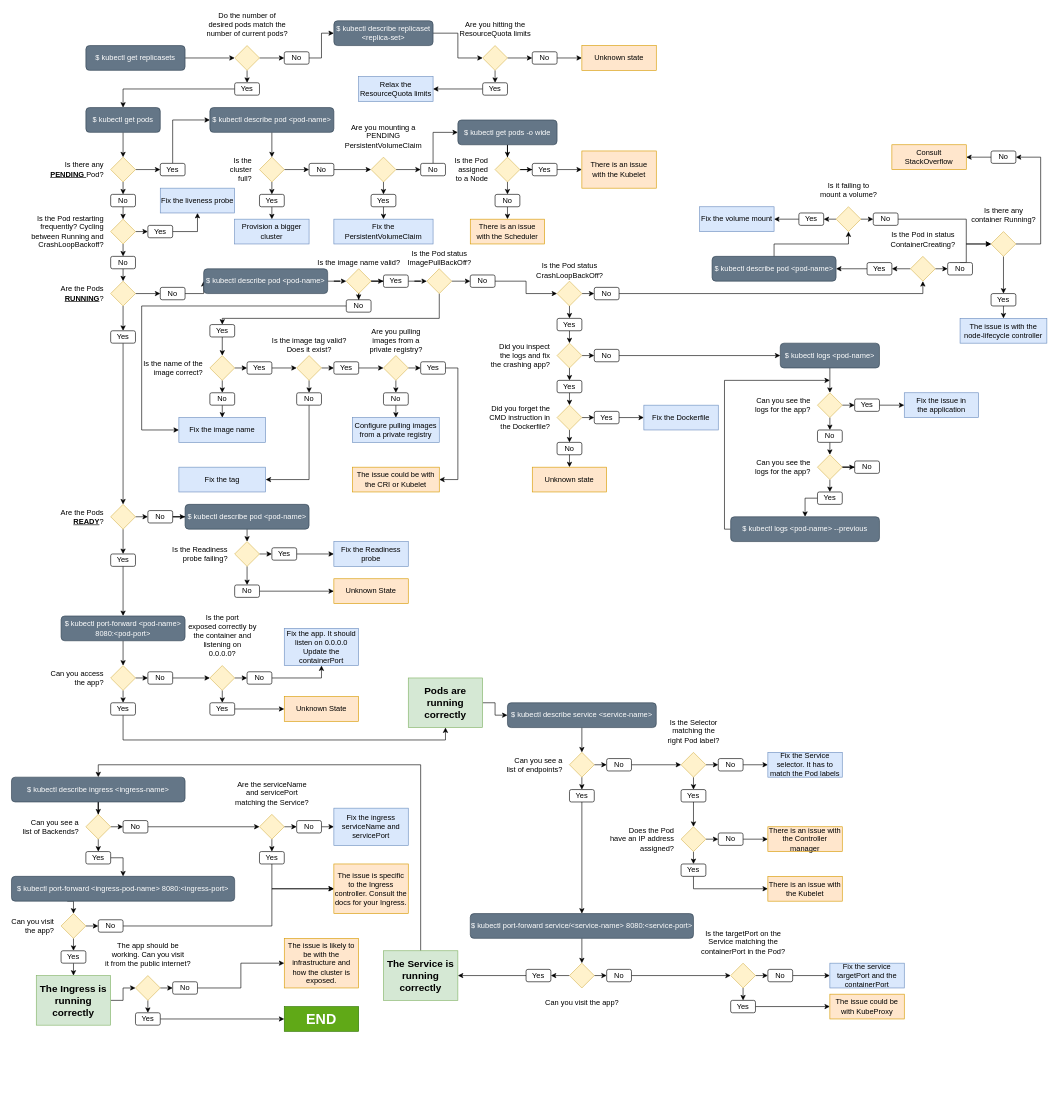
The draw.io diagram checks.drawio in bespinian/livelint, before the edit. Source tidied: cells renumbered, new cells numbered last; positions are measured from the earlier drawing's top-left corner, leaving out a move shared by most shapes. Both pictures are drawn from the tidied source at 62%, with x=0, y=0 at pixel (11, 20).
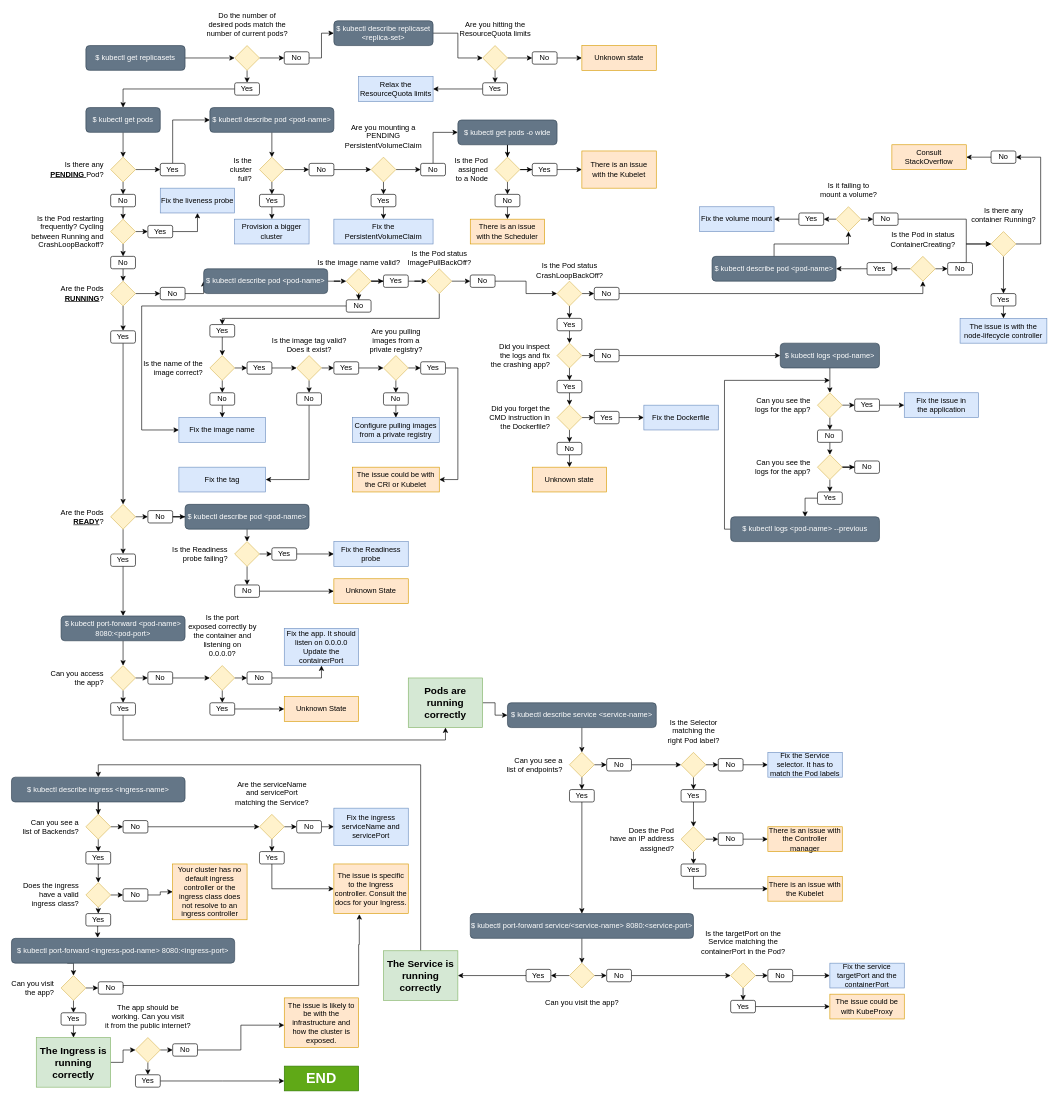
Above is the later version.

Unchanged cells that the change refers to:
```xml
<mxCell id="244" value="Yes" style="rounded=1;whiteSpace=wrap;html=1;" parent="1" vertex="1">
  <mxGeometry x="120" y="1340" width="40" height="20" as="geometry" />
</mxCell>
<mxCell id="255" value="The issue is specific to the Ingress controller. Consult the docs for your Ingress." style="rounded=0;whiteSpace=wrap;html=1;fillColor=#ffe6cc;strokeColor=#d79b00;" parent="1" vertex="1">
  <mxGeometry x="520" y="1360" width="120" height="80" as="geometry" />
</mxCell>
```

The edit, as a diff of the source:
```diff
@@
-    <mxCell id="243" style="edgeStyle=orthogonalEdgeStyle;rounded=0;jettySize=auto;html=1;exitX=1;exitY=0.5;exitDx=0;exitDy=0;entryX=0.5;entryY=0;entryDx=0;entryDy=0;" parent="1" edge="1" source="244" target="264">
-      <mxGeometry relative="1" as="geometry" />
+    <mxCell id="243" style="edgeStyle=orthogonalEdgeStyle;rounded=0;jettySize=auto;html=1;exitX=0.5;exitY=1;exitDx=0;exitDy=0;" parent="1" edge="1" source="244" target="308">
+      <mxGeometry relative="1" as="geometry">
+        <Array as="points">
+          <mxPoint x="140" y="1370" />
+          <mxPoint x="140" y="1370" />
+        </Array>
+      </mxGeometry>
     </mxCell>
@@
     <mxCell id="258" value="Can you visit&lt;br&gt;the app?" style="rhombus;html=1;spacingLeft=0;align=right;fillColor=#fff2cc;strokeColor=#d6b656;labelPosition=left;verticalLabelPosition=middle;verticalAlign=middle;spacingRight=10;" parent="1" vertex="1">
-      <mxGeometry x="80" y="1440" width="40" height="40" as="geometry" />
+      <mxGeometry x="80" y="1540" width="40" height="40" as="geometry" />
     </mxCell>
@@
     <mxCell id="260" value="Yes" style="rounded=1;whiteSpace=wrap;html=1;" parent="1" vertex="1">
-      <mxGeometry x="80" y="1500" width="40" height="20" as="geometry" />
+      <mxGeometry x="80" y="1600" width="40" height="20" as="geometry" />
     </mxCell>
-    <mxCell id="261" style="edgeStyle=orthogonalEdgeStyle;rounded=0;jettySize=auto;html=1;exitX=1;exitY=0.5;exitDx=0;exitDy=0;entryX=0;entryY=0.5;entryDx=0;entryDy=0;" parent="1" edge="1" source="262" target="255">
+    <mxCell id="261" style="edgeStyle=orthogonalEdgeStyle;rounded=0;jettySize=auto;html=1;exitX=1;exitY=0.5;exitDx=0;exitDy=0;entryX=0.342;entryY=1.013;entryDx=0;entryDy=0;entryPerimeter=0;" parent="1" edge="1" source="262" target="255">
       <mxGeometry relative="1" as="geometry">
         <Array as="points">
-          <mxPoint x="420" y="1460" />
-          <mxPoint x="420" y="1400" />
+          <mxPoint x="180" y="1556" />
+          <mxPoint x="560" y="1556" />
+          <mxPoint x="560" y="1490" />
+          <mxPoint x="561" y="1490" />
         </Array>
       </mxGeometry>
     </mxCell>
     <mxCell id="262" value="No" style="rounded=1;whiteSpace=wrap;html=1;" parent="1" vertex="1">
-      <mxGeometry x="140" y="1450" width="40" height="20" as="geometry" />
+      <mxGeometry x="140" y="1550" width="40" height="20" as="geometry" />
     </mxCell>
@@
     <mxCell id="264" value="&lt;div&gt;$ kubectl port-forward &amp;lt;ingress-pod-name&amp;gt; 8080:&amp;lt;ingress-port&amp;gt;&lt;br&gt;&lt;/div&gt;" style="rounded=1;whiteSpace=wrap;html=1;fillColor=#647687;strokeColor=#314354;fontColor=#ffffff;" parent="1" vertex="1">
-      <mxGeometry y="1380" width="360" height="40" as="geometry" />
+      <mxGeometry y="1480" width="360" height="40" as="geometry" />
     </mxCell>
@@
     <mxCell id="266" value="The Ingress is running correctly" style="rounded=0;whiteSpace=wrap;html=1;fillColor=#d5e8d4;strokeColor=#82b366;fontSize=16;fontStyle=1;" parent="1" vertex="1">
-      <mxGeometry x="40" y="1540" width="120" height="80" as="geometry" />
+      <mxGeometry x="40" y="1640" width="120" height="80" as="geometry" />
     </mxCell>
@@
     <mxCell id="269" value="The app should be&lt;br&gt;working. Can you visit&lt;br&gt;it from the public internet?" style="rhombus;html=1;spacingLeft=0;align=center;fillColor=#fff2cc;strokeColor=#d6b656;labelPosition=center;verticalLabelPosition=top;verticalAlign=bottom;spacingRight=0;spacingBottom=10;" parent="1" vertex="1">
-      <mxGeometry x="200" y="1540" width="40" height="40" as="geometry" />
+      <mxGeometry x="200" y="1640" width="40" height="40" as="geometry" />
     </mxCell>
-    <mxCell id="270" style="edgeStyle=orthogonalEdgeStyle;rounded=0;jettySize=auto;html=1;exitX=1;exitY=0.5;exitDx=0;exitDy=0;entryX=0;entryY=0.5;entryDx=0;entryDy=0;fontSize=23;" parent="1" edge="1" source="271" target="274">
-      <mxGeometry relative="1" as="geometry" />
+    <mxCell id="270" style="edgeStyle=orthogonalEdgeStyle;rounded=0;jettySize=auto;html=1;exitX=1;exitY=0.5;exitDx=0;exitDy=0;entryX=0;entryY=0.5;entryDx=0;entryDy=0;fontSize=23;" parent="1" edge="1" source="271">
+      <mxGeometry relative="1" as="geometry">
+        <mxPoint x="440" y="1710" as="targetPoint" />
+      </mxGeometry>
     </mxCell>
     <mxCell id="271" value="Yes" style="rounded=1;whiteSpace=wrap;html=1;" parent="1" vertex="1">
-      <mxGeometry x="200" y="1600" width="40" height="20" as="geometry" />
+      <mxGeometry x="200" y="1700" width="40" height="20" as="geometry" />
     </mxCell>
-    <mxCell id="272" style="edgeStyle=orthogonalEdgeStyle;rounded=0;jettySize=auto;html=1;exitX=1;exitY=0.5;exitDx=0;exitDy=0;entryX=0;entryY=0.5;entryDx=0;entryDy=0;fontSize=23;" parent="1" edge="1" source="273" target="275">
-      <mxGeometry relative="1" as="geometry" />
+    <mxCell id="272" style="edgeStyle=orthogonalEdgeStyle;rounded=0;jettySize=auto;html=1;exitX=1;exitY=0.5;exitDx=0;exitDy=0;entryX=0;entryY=0.5;entryDx=0;entryDy=0;fontSize=23;" parent="1" edge="1" source="273">
+      <mxGeometry relative="1" as="geometry">
+        <mxPoint x="440" y="1620" as="targetPoint" />
+        <Array as="points">
+          <mxPoint x="370" y="1660" />
+          <mxPoint x="370" y="1620" />
+        </Array>
+      </mxGeometry>
     </mxCell>
     <mxCell id="273" value="No" style="rounded=1;whiteSpace=wrap;html=1;" parent="1" vertex="1">
-      <mxGeometry x="260" y="1550" width="40" height="20" as="geometry" />
+      <mxGeometry x="260" y="1650" width="40" height="20" as="geometry" />
     </mxCell>
     <mxCell id="274" value="END" style="rounded=0;whiteSpace=wrap;html=1;fillColor=#60a917;strokeColor=#2D7600;fontSize=23;fontStyle=1;fontColor=#ffffff;" parent="1" vertex="1">
-      <mxGeometry x="440" y="1590" width="120" height="40" as="geometry" />
+      <mxGeometry x="440" y="1686" width="120" height="40" as="geometry" />
     </mxCell>
     <mxCell id="275" value="The issue is likely to be with the infrastructure and how the cluster is exposed." style="rounded=0;whiteSpace=wrap;html=1;fillColor=#ffe6cc;strokeColor=#d79b00;" parent="1" vertex="1">
-      <mxGeometry x="440" y="1480" width="120" height="80" as="geometry" />
+      <mxGeometry x="440" y="1576" width="120" height="80" as="geometry" />
     </mxCell>
@@
+    <mxCell id="306" style="edgeStyle=orthogonalEdgeStyle;rounded=0;jettySize=auto;html=1;exitX=0.5;exitY=1;exitDx=0;exitDy=0;entryX=0.5;entryY=0;entryDx=0;entryDy=0;" parent="1" edge="1" source="308" target="310">
+      <mxGeometry relative="1" as="geometry" />
+    </mxCell>
+    <mxCell id="307" style="edgeStyle=orthogonalEdgeStyle;rounded=0;jettySize=auto;html=1;exitX=1;exitY=0.5;exitDx=0;exitDy=0;entryX=0;entryY=0.5;entryDx=0;entryDy=0;" parent="1" edge="1" source="308" target="312">
+      <mxGeometry relative="1" as="geometry" />
+    </mxCell>
+    <mxCell id="308" value="Does the ingress&lt;br&gt;have a valid&lt;br&gt;ingress class?" style="rhombus;html=1;spacingLeft=0;align=right;fillColor=#fff2cc;strokeColor=#d6b656;labelPosition=left;verticalLabelPosition=middle;verticalAlign=middle;spacingRight=10;" parent="1" vertex="1">
+      <mxGeometry x="120" y="1390" width="40" height="40" as="geometry" />
+    </mxCell>
+    <mxCell id="309" style="edgeStyle=orthogonalEdgeStyle;rounded=0;jettySize=auto;html=1;exitX=0.5;exitY=1;exitDx=0;exitDy=0;entryX=0.386;entryY=-0.025;entryDx=0;entryDy=0;entryPerimeter=0;" parent="1" edge="1" source="310" target="264">
+      <mxGeometry relative="1" as="geometry" />
+    </mxCell>
+    <mxCell id="310" value="Yes" style="rounded=1;whiteSpace=wrap;html=1;" parent="1" vertex="1">
+      <mxGeometry x="120" y="1440" width="40" height="20" as="geometry" />
+    </mxCell>
+    <mxCell id="311" style="edgeStyle=orthogonalEdgeStyle;rounded=0;jettySize=auto;html=1;exitX=1;exitY=0.5;exitDx=0;exitDy=0;entryX=0;entryY=0.5;entryDx=0;entryDy=0;" parent="1" edge="1" source="312" target="313">
+      <mxGeometry relative="1" as="geometry" />
+    </mxCell>
+    <mxCell id="312" value="No" style="rounded=1;whiteSpace=wrap;html=1;" parent="1" vertex="1">
+      <mxGeometry x="180" y="1400" width="40" height="20" as="geometry" />
+    </mxCell>
+    <mxCell id="313" value="Your cluster has no default ingress controller or the ingress class does not resolve to an ingress controller" style="rounded=0;whiteSpace=wrap;html=1;fillColor=#ffe6cc;strokeColor=#d79b00;" parent="1" vertex="1">
+      <mxGeometry x="260" y="1360" width="120" height="90" as="geometry" />
+    </mxCell>
```
